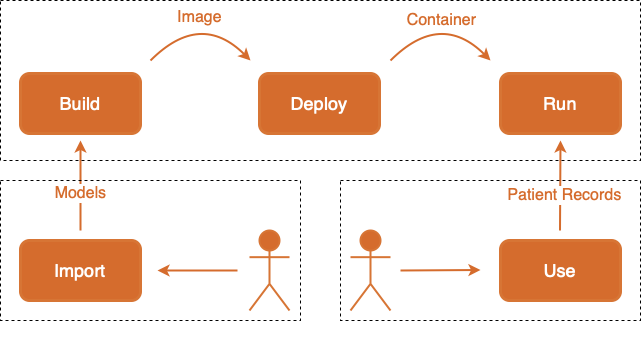
Before: Draw.io/Three Stakeholders' work.drawio.png, a diagram exported from draw.io (kang-theo/Storage). Source tidied: cells renumbered, new cells last; positions are measured from the earlier drawing's top-left corner, leaving out a move shared by most shapes. Source of this version:
```xml
<mxGraphModel>
  <root>
    <mxCell id="0" />
    <mxCell id="1" parent="0" />
    <mxCell id="2" value="Build" style="rounded=1;whiteSpace=wrap;html=1;sketch=0;fontSize=18;fontColor=#FFFFFF;strokeColor=#D77535;strokeWidth=3;fillColor=#D56C2D;" parent="1" vertex="1">
      <mxGeometry x="20" y="73" width="120" height="60" as="geometry" />
    </mxCell>
    <mxCell id="3" value="Deploy" style="rounded=1;whiteSpace=wrap;html=1;sketch=0;fontSize=18;fontColor=#FFFFFF;strokeColor=#D77535;strokeWidth=3;fillColor=#D56C2D;" parent="1" vertex="1">
      <mxGeometry x="259" y="73" width="120" height="60" as="geometry" />
    </mxCell>
    <mxCell id="4" value="Run" style="rounded=1;whiteSpace=wrap;html=1;sketch=0;fontSize=18;fontColor=#FFFFFF;strokeColor=#D77535;strokeWidth=3;fillColor=#D56C2D;" parent="1" vertex="1">
      <mxGeometry x="500" y="73" width="120" height="60" as="geometry" />
    </mxCell>
    <mxCell id="5" value="Import" style="rounded=1;whiteSpace=wrap;html=1;sketch=0;fontSize=18;fontColor=#FFFFFF;strokeColor=#D77535;strokeWidth=3;fillColor=#D56C2D;" parent="1" vertex="1">
      <mxGeometry x="20" y="240" width="120" height="60" as="geometry" />
    </mxCell>
    <mxCell id="6" value="Use" style="rounded=1;whiteSpace=wrap;html=1;sketch=0;fontSize=18;fontColor=#FFFFFF;strokeColor=#D77535;strokeWidth=3;fillColor=#D56C2D;" parent="1" vertex="1">
      <mxGeometry x="500" y="240" width="120" height="60" as="geometry" />
    </mxCell>
    <mxCell id="7" value="Actor" style="shape=umlActor;verticalLabelPosition=bottom;verticalAlign=top;html=1;sketch=0;fontSize=18;fontColor=#FFFFFF;strokeColor=#D77535;strokeWidth=2;fillColor=#D56C2D;" parent="1" vertex="1">
      <mxGeometry x="249" y="230" width="40" height="80" as="geometry" />
    </mxCell>
    <mxCell id="8" value="Actor" style="shape=umlActor;verticalLabelPosition=bottom;verticalAlign=top;html=1;sketch=0;fontSize=18;fontColor=#FFFFFF;strokeColor=#D77535;strokeWidth=2;fillColor=#D56C2D;" parent="1" vertex="1">
      <mxGeometry x="350" y="230" width="40" height="80" as="geometry" />
    </mxCell>
    <mxCell id="9" style="endArrow=classic;html=1;sketch=0;fontSize=18;fontColor=#FFFFFF;strokeColor=#D56C2D;strokeWidth=2;curved=1;" parent="1" edge="1">
      <mxGeometry relative="1" as="geometry">
        <mxPoint x="150" y="60" as="sourcePoint" />
        <mxPoint x="250" y="60" as="targetPoint" />
        <Array as="points">
          <mxPoint x="200" y="10" />
        </Array>
      </mxGeometry>
    </mxCell>
    <mxCell id="10" value="Image" style="edgeLabel;html=1;align=center;verticalAlign=middle;fontSize=16;fontColor=#D56C2D;" parent="9" vertex="1">
      <mxGeometry x="-0.23" y="-12" relative="1" as="geometry">
        <mxPoint x="2" y="-14" as="offset" />
      </mxGeometry>
    </mxCell>
    <mxCell id="11" style="endArrow=classic;html=1;sketch=0;fontSize=18;fontColor=#FFFFFF;strokeColor=#D56C2D;strokeWidth=2;curved=1;" parent="1" edge="1">
      <mxGeometry relative="1" as="geometry">
        <mxPoint x="390" y="60" as="sourcePoint" />
        <mxPoint x="490" y="60" as="targetPoint" />
        <Array as="points">
          <mxPoint x="440" y="10" />
        </Array>
      </mxGeometry>
    </mxCell>
    <mxCell id="12" value="Container" style="edgeLabel;html=1;align=center;verticalAlign=middle;fontSize=16;fontColor=#D56C2D;" parent="11" vertex="1">
      <mxGeometry x="-0.3" y="-17" relative="1" as="geometry">
        <mxPoint x="4" y="-18" as="offset" />
      </mxGeometry>
    </mxCell>
    <mxCell id="13" style="endArrow=classic;html=1;sketch=0;fontSize=18;fontColor=#FFFFFF;strokeColor=#D56C2D;strokeWidth=2;curved=1;" parent="1" edge="1">
      <mxGeometry relative="1" as="geometry">
        <mxPoint x="80" y="230" as="sourcePoint" />
        <mxPoint x="80" y="140" as="targetPoint" />
      </mxGeometry>
    </mxCell>
    <mxCell id="14" value="&lt;font style=&quot;font-size: 16px;&quot;&gt;Models&lt;/font&gt;" style="edgeLabel;html=1;align=center;verticalAlign=top;fontSize=16;fontColor=#D56C2D;" parent="13" vertex="1">
      <mxGeometry x="0.17" y="1" relative="1" as="geometry" />
    </mxCell>
    <mxCell id="15" style="endArrow=classic;html=1;sketch=0;fontSize=18;fontColor=#FFFFFF;strokeColor=#D56C2D;strokeWidth=2;curved=1;" parent="1" edge="1">
      <mxGeometry relative="1" as="geometry">
        <mxPoint x="559.5" y="230" as="sourcePoint" />
        <mxPoint x="560" y="140" as="targetPoint" />
      </mxGeometry>
    </mxCell>
    <mxCell id="16" value="Patient Records" style="edgeLabel;html=1;align=center;verticalAlign=top;fontSize=16;fontColor=#D56C2D;" parent="15" vertex="1">
      <mxGeometry x="0.12" y="-3" relative="1" as="geometry">
        <mxPoint x="1" as="offset" />
      </mxGeometry>
    </mxCell>
    <mxCell id="17" style="endArrow=classic;html=1;sketch=0;fontSize=18;fontColor=#FFFFFF;strokeColor=#D56C2D;strokeWidth=2;curved=1;" parent="1" edge="1">
      <mxGeometry relative="1" as="geometry">
        <mxPoint x="237" y="270" as="sourcePoint" />
        <mxPoint x="157" y="270" as="targetPoint" />
      </mxGeometry>
    </mxCell>
    <mxCell id="18" style="endArrow=classic;html=1;sketch=0;fontSize=18;fontColor=#FFFFFF;strokeColor=#D56C2D;strokeWidth=2;curved=1;" parent="1" edge="1">
      <mxGeometry relative="1" as="geometry">
        <mxPoint x="400" y="270" as="sourcePoint" />
        <mxPoint x="480" y="269.5" as="targetPoint" />
      </mxGeometry>
    </mxCell>
    <mxCell id="19" style="rounded=0;whiteSpace=wrap;html=1;sketch=0;fontSize=18;fontColor=#D56C2D;strokeColor=#000000;strokeWidth=1;fillColor=none;dashed=1;" parent="1" vertex="1">
      <mxGeometry y="180" width="300" height="140" as="geometry" />
    </mxCell>
    <mxCell id="20" style="rounded=0;whiteSpace=wrap;html=1;sketch=0;fontSize=18;fontColor=#D56C2D;strokeColor=#000000;strokeWidth=1;fillColor=none;dashed=1;" parent="1" vertex="1">
      <mxGeometry x="340" y="180" width="300" height="140" as="geometry" />
    </mxCell>
    <mxCell id="21" style="rounded=0;whiteSpace=wrap;html=1;sketch=0;fontSize=18;fontColor=#D56C2D;strokeColor=#000000;strokeWidth=1;fillColor=none;dashed=1;" parent="1" vertex="1">
      <mxGeometry width="640" height="160" as="geometry" />
    </mxCell>
  </root>
</mxGraphModel>
```
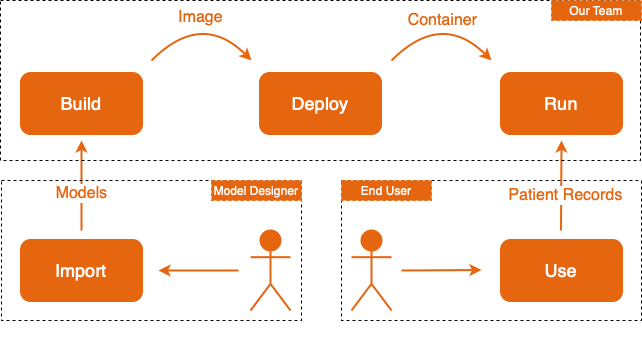
After the change.

Diff of the diagram source:
```diff
@@ -2,28 +2,28 @@
   <root>
     <mxCell id="0" />
     <mxCell id="1" parent="0" />
-    <mxCell id="2" value="Build" style="rounded=1;whiteSpace=wrap;html=1;sketch=0;fontSize=18;fontColor=#FFFFFF;strokeColor=#D77535;strokeWidth=3;fillColor=#D56C2D;" parent="1" vertex="1">
+    <mxCell id="2" value="Build" style="rounded=1;whiteSpace=wrap;html=1;sketch=0;fontSize=18;fontColor=#FFFFFF;strokeColor=#E6650F;strokeWidth=3;fillColor=#E6650F;" parent="1" vertex="1">
       <mxGeometry x="20" y="73" width="120" height="60" as="geometry" />
     </mxCell>
-    <mxCell id="3" value="Deploy" style="rounded=1;whiteSpace=wrap;html=1;sketch=0;fontSize=18;fontColor=#FFFFFF;strokeColor=#D77535;strokeWidth=3;fillColor=#D56C2D;" parent="1" vertex="1">
+    <mxCell id="3" value="Deploy" style="rounded=1;whiteSpace=wrap;html=1;sketch=0;fontSize=18;fontColor=#FFFFFF;strokeColor=#E6650F;strokeWidth=3;fillColor=#E6650F;" parent="1" vertex="1">
       <mxGeometry x="259" y="73" width="120" height="60" as="geometry" />
     </mxCell>
-    <mxCell id="4" value="Run" style="rounded=1;whiteSpace=wrap;html=1;sketch=0;fontSize=18;fontColor=#FFFFFF;strokeColor=#D77535;strokeWidth=3;fillColor=#D56C2D;" parent="1" vertex="1">
+    <mxCell id="4" value="Run" style="rounded=1;whiteSpace=wrap;html=1;sketch=0;fontSize=18;fontColor=#FFFFFF;strokeColor=#E6650F;strokeWidth=3;fillColor=#E6650F;" parent="1" vertex="1">
       <mxGeometry x="500" y="73" width="120" height="60" as="geometry" />
     </mxCell>
-    <mxCell id="5" value="Import" style="rounded=1;whiteSpace=wrap;html=1;sketch=0;fontSize=18;fontColor=#FFFFFF;strokeColor=#D77535;strokeWidth=3;fillColor=#D56C2D;" parent="1" vertex="1">
+    <mxCell id="5" value="Import" style="rounded=1;whiteSpace=wrap;html=1;sketch=0;fontSize=18;fontColor=#FFFFFF;strokeColor=#E6650F;strokeWidth=3;fillColor=#E6650F;" parent="1" vertex="1">
       <mxGeometry x="20" y="240" width="120" height="60" as="geometry" />
     </mxCell>
-    <mxCell id="6" value="Use" style="rounded=1;whiteSpace=wrap;html=1;sketch=0;fontSize=18;fontColor=#FFFFFF;strokeColor=#D77535;strokeWidth=3;fillColor=#D56C2D;" parent="1" vertex="1">
+    <mxCell id="6" value="Use" style="rounded=1;whiteSpace=wrap;html=1;sketch=0;fontSize=18;fontColor=#FFFFFF;strokeColor=#E6650F;strokeWidth=3;fillColor=#E6650F;" parent="1" vertex="1">
       <mxGeometry x="500" y="240" width="120" height="60" as="geometry" />
     </mxCell>
-    <mxCell id="7" value="Actor" style="shape=umlActor;verticalLabelPosition=bottom;verticalAlign=top;html=1;sketch=0;fontSize=18;fontColor=#FFFFFF;strokeColor=#D77535;strokeWidth=2;fillColor=#D56C2D;" parent="1" vertex="1">
+    <mxCell id="7" value="Actor" style="shape=umlActor;verticalLabelPosition=bottom;verticalAlign=top;html=1;sketch=0;fontSize=18;fontColor=#FFFFFF;strokeColor=#E6650F;strokeWidth=2;fillColor=#E6650F;" parent="1" vertex="1">
       <mxGeometry x="249" y="230" width="40" height="80" as="geometry" />
     </mxCell>
-    <mxCell id="8" value="Actor" style="shape=umlActor;verticalLabelPosition=bottom;verticalAlign=top;html=1;sketch=0;fontSize=18;fontColor=#FFFFFF;strokeColor=#D77535;strokeWidth=2;fillColor=#D56C2D;" parent="1" vertex="1">
+    <mxCell id="8" value="Actor" style="shape=umlActor;verticalLabelPosition=bottom;verticalAlign=top;html=1;sketch=0;fontSize=18;fontColor=#FFFFFF;strokeColor=#E6650F;strokeWidth=2;fillColor=#E6650F;" parent="1" vertex="1">
       <mxGeometry x="350" y="230" width="40" height="80" as="geometry" />
     </mxCell>
-    <mxCell id="9" style="endArrow=classic;html=1;sketch=0;fontSize=18;fontColor=#FFFFFF;strokeColor=#D56C2D;strokeWidth=2;curved=1;" parent="1" edge="1">
+    <mxCell id="9" style="endArrow=classic;html=1;sketch=0;fontSize=18;fontColor=#FFFFFF;strokeColor=#E6650F;strokeWidth=2;curved=1;" parent="1" edge="1">
       <mxGeometry relative="1" as="geometry">
         <mxPoint x="150" y="60" as="sourcePoint" />
         <mxPoint x="250" y="60" as="targetPoint" />
@@ -32,12 +32,12 @@
         </Array>
       </mxGeometry>
     </mxCell>
-    <mxCell id="10" value="Image" style="edgeLabel;html=1;align=center;verticalAlign=middle;fontSize=16;fontColor=#D56C2D;" parent="9" vertex="1">
+    <mxCell id="10" value="Image" style="edgeLabel;html=1;align=center;verticalAlign=middle;fontSize=16;fontColor=#E6650F;" parent="9" vertex="1">
       <mxGeometry x="-0.23" y="-12" relative="1" as="geometry">
         <mxPoint x="2" y="-14" as="offset" />
       </mxGeometry>
     </mxCell>
-    <mxCell id="11" style="endArrow=classic;html=1;sketch=0;fontSize=18;fontColor=#FFFFFF;strokeColor=#D56C2D;strokeWidth=2;curved=1;" parent="1" edge="1">
+    <mxCell id="11" style="endArrow=classic;html=1;sketch=0;fontSize=18;fontColor=#FFFFFF;strokeColor=#E6650F;strokeWidth=2;curved=1;" parent="1" edge="1">
       <mxGeometry relative="1" as="geometry">
         <mxPoint x="390" y="60" as="sourcePoint" />
         <mxPoint x="490" y="60" as="targetPoint" />
@@ -46,38 +46,38 @@
         </Array>
       </mxGeometry>
     </mxCell>
-    <mxCell id="12" value="Container" style="edgeLabel;html=1;align=center;verticalAlign=middle;fontSize=16;fontColor=#D56C2D;" parent="11" vertex="1">
+    <mxCell id="12" value="Container" style="edgeLabel;html=1;align=center;verticalAlign=middle;fontSize=16;fontColor=#E6650F;" parent="11" vertex="1">
       <mxGeometry x="-0.3" y="-17" relative="1" as="geometry">
         <mxPoint x="4" y="-18" as="offset" />
       </mxGeometry>
     </mxCell>
-    <mxCell id="13" style="endArrow=classic;html=1;sketch=0;fontSize=18;fontColor=#FFFFFF;strokeColor=#D56C2D;strokeWidth=2;curved=1;" parent="1" edge="1">
+    <mxCell id="13" style="endArrow=classic;html=1;sketch=0;fontSize=18;fontColor=#FFFFFF;strokeColor=#E6650F;strokeWidth=2;curved=1;" parent="1" edge="1">
       <mxGeometry relative="1" as="geometry">
         <mxPoint x="80" y="230" as="sourcePoint" />
         <mxPoint x="80" y="140" as="targetPoint" />
       </mxGeometry>
     </mxCell>
-    <mxCell id="14" value="&lt;font style=&quot;font-size: 16px;&quot;&gt;Models&lt;/font&gt;" style="edgeLabel;html=1;align=center;verticalAlign=top;fontSize=16;fontColor=#D56C2D;" parent="13" vertex="1">
+    <mxCell id="14" value="&lt;font style=&quot;font-size: 16px&quot; color=&quot;#e6650f&quot;&gt;Models&lt;/font&gt;" style="edgeLabel;html=1;align=center;verticalAlign=top;fontSize=16;fontColor=#D56C2D;" parent="13" vertex="1">
       <mxGeometry x="0.17" y="1" relative="1" as="geometry" />
     </mxCell>
-    <mxCell id="15" style="endArrow=classic;html=1;sketch=0;fontSize=18;fontColor=#FFFFFF;strokeColor=#D56C2D;strokeWidth=2;curved=1;" parent="1" edge="1">
+    <mxCell id="15" style="endArrow=classic;html=1;sketch=0;fontSize=18;fontColor=#FFFFFF;strokeColor=#E6650F;strokeWidth=2;curved=1;" parent="1" edge="1">
       <mxGeometry relative="1" as="geometry">
         <mxPoint x="559.5" y="230" as="sourcePoint" />
         <mxPoint x="560" y="140" as="targetPoint" />
       </mxGeometry>
     </mxCell>
-    <mxCell id="16" value="Patient Records" style="edgeLabel;html=1;align=center;verticalAlign=top;fontSize=16;fontColor=#D56C2D;" parent="15" vertex="1">
+    <mxCell id="16" value="Patient Records" style="edgeLabel;html=1;align=center;verticalAlign=top;fontSize=16;fontColor=#E6650F;" parent="15" vertex="1">
       <mxGeometry x="0.12" y="-3" relative="1" as="geometry">
         <mxPoint x="1" as="offset" />
       </mxGeometry>
     </mxCell>
-    <mxCell id="17" style="endArrow=classic;html=1;sketch=0;fontSize=18;fontColor=#FFFFFF;strokeColor=#D56C2D;strokeWidth=2;curved=1;" parent="1" edge="1">
+    <mxCell id="17" style="endArrow=classic;html=1;sketch=0;fontSize=18;fontColor=#FFFFFF;strokeColor=#E6650F;strokeWidth=2;curved=1;" parent="1" edge="1">
       <mxGeometry relative="1" as="geometry">
         <mxPoint x="237" y="270" as="sourcePoint" />
         <mxPoint x="157" y="270" as="targetPoint" />
       </mxGeometry>
     </mxCell>
-    <mxCell id="18" style="endArrow=classic;html=1;sketch=0;fontSize=18;fontColor=#FFFFFF;strokeColor=#D56C2D;strokeWidth=2;curved=1;" parent="1" edge="1">
+    <mxCell id="18" style="endArrow=classic;html=1;sketch=0;fontSize=18;fontColor=#FFFFFF;strokeColor=#E6650F;strokeWidth=2;curved=1;" parent="1" edge="1">
       <mxGeometry relative="1" as="geometry">
         <mxPoint x="400" y="270" as="sourcePoint" />
         <mxPoint x="480" y="269.5" as="targetPoint" />
@@ -90,7 +90,16 @@
       <mxGeometry x="340" y="180" width="300" height="140" as="geometry" />
     </mxCell>
     <mxCell id="21" style="rounded=0;whiteSpace=wrap;html=1;sketch=0;fontSize=18;fontColor=#D56C2D;strokeColor=#000000;strokeWidth=1;fillColor=none;dashed=1;" parent="1" vertex="1">
-      <mxGeometry width="640" height="160" as="geometry" />
+      <mxGeometry x="-1" width="640" height="160" as="geometry" />
     </mxCell>
+    <mxCell id="22" value="Model Designer" style="rounded=0;whiteSpace=wrap;html=1;dashed=1;fillColor=#E6650F;fontColor=#FFFFFF;strokeColor=#E6650F;" parent="1" vertex="1">
+      <mxGeometry x="210" y="180" width="90" height="20" as="geometry" />
+    </mxCell>
+    <mxCell id="23" value="End User" style="rounded=0;whiteSpace=wrap;html=1;dashed=1;fontColor=#FFFFFF;fillColor=#E6650F;strokeColor=#E6650F;" parent="1" vertex="1">
+      <mxGeometry x="340" y="180" width="90" height="20" as="geometry" />
+    </mxCell>
+    <mxCell id="24" value="Our Team" style="rounded=0;whiteSpace=wrap;html=1;dashed=1;fillColor=#E6650F;fontColor=#FFFFFF;strokeColor=#E6650F;" parent="1" vertex="1">
+      <mxGeometry x="550" width="90" height="20" as="geometry" />
+    </mxCell>
   </root>
 </mxGraphModel>
```
